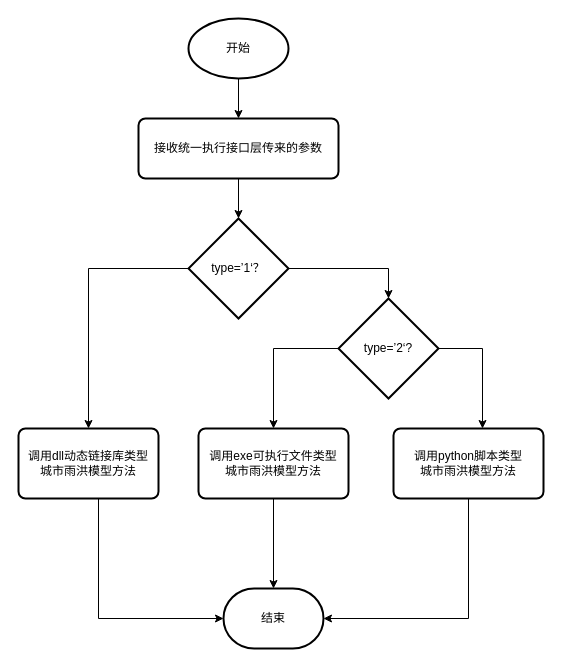
Above: bridge.drawio in liujing-maker/IDEA (draw.io), before the change. Source tidied: cells renumbered, new cells numbered last; positions are measured from the earlier drawing's top-left corner, leaving out a move shared by most shapes. Both pictures are drawn from the tidied source at 100%, with x=0, y=0 at pixel (18, 18).
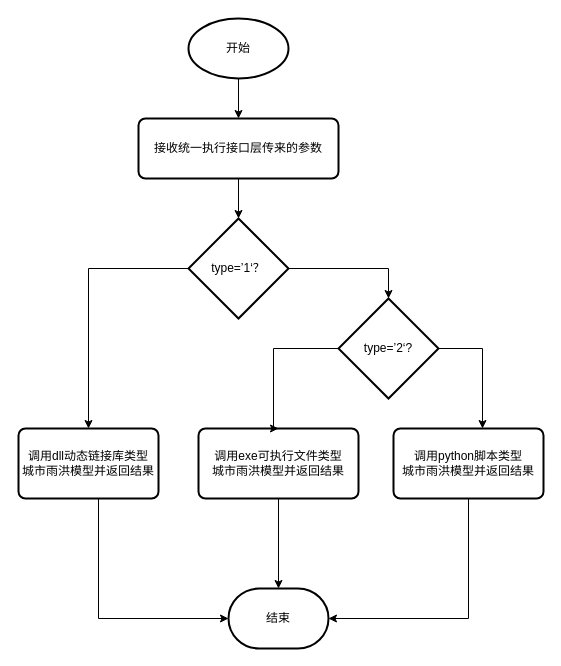
The same diagram, later.

Change to the diagram source:
```diff
@@
-    <mxCell id="7" value="调用dll动态链接库类型&lt;div&gt;城市雨洪模型方法&lt;/div&gt;" style="rounded=1;whiteSpace=wrap;html=1;absoluteArcSize=1;arcSize=14;strokeWidth=2;" parent="1" vertex="1">
+    <mxCell id="7" value="调用dll动态链接库类型&lt;div&gt;城市雨洪模型并返回结果&lt;/div&gt;" style="rounded=1;whiteSpace=wrap;html=1;absoluteArcSize=1;arcSize=14;strokeWidth=2;" parent="1" vertex="1">
       <mxGeometry y="410" width="140" height="70" as="geometry" />
     </mxCell>
-    <mxCell id="8" value="调用exe可执行文件类型&lt;div&gt;城市雨洪模型方法&lt;/div&gt;" style="rounded=1;whiteSpace=wrap;html=1;absoluteArcSize=1;arcSize=14;strokeWidth=2;" parent="1" vertex="1">
-      <mxGeometry x="180" y="410" width="150" height="70" as="geometry" />
+    <mxCell id="8" value="调用exe可执行文件类型&lt;div&gt;城市雨洪模型&lt;span style=&quot;background-color: initial;&quot;&gt;并返回结果&lt;/span&gt;&lt;/div&gt;" style="rounded=1;whiteSpace=wrap;html=1;absoluteArcSize=1;arcSize=14;strokeWidth=2;" parent="1" vertex="1">
+      <mxGeometry x="180" y="410" width="160" height="70" as="geometry" />
     </mxCell>
@@
     <mxCell id="10" value="结束" style="strokeWidth=2;html=1;shape=mxgraph.flowchart.terminator;whiteSpace=wrap;" parent="1" vertex="1">
-      <mxGeometry x="205" y="570" width="100" height="60" as="geometry" />
+      <mxGeometry x="210" y="570" width="100" height="60" as="geometry" />
     </mxCell>
-    <mxCell id="11" value="调用python脚本类型&lt;div&gt;城市雨洪模型方法&lt;/div&gt;" style="rounded=1;whiteSpace=wrap;html=1;absoluteArcSize=1;arcSize=14;strokeWidth=2;" parent="1" vertex="1">
+    <mxCell id="11" value="调用python脚本类型&lt;div&gt;城市雨洪模型&lt;span style=&quot;background-color: initial;&quot;&gt;并返回结果&lt;/span&gt;&lt;/div&gt;" style="rounded=1;whiteSpace=wrap;html=1;absoluteArcSize=1;arcSize=14;strokeWidth=2;" parent="1" vertex="1">
       <mxGeometry x="375" y="410" width="150" height="70" as="geometry" />
     </mxCell>
```
